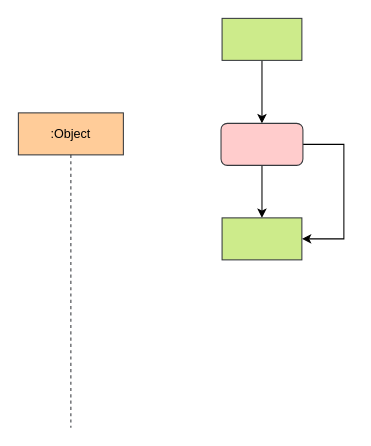
Above: computer network/未命名绘图.drawio in twodollarstwenty/drawio (draw.io), before the change. Source tidied: cells renumbered, new cells numbered last; positions are measured from the earlier drawing's top-left corner, leaving out a move shared by most shapes. Both pictures are drawn from the tidied source at 105%, with x=0, y=0 at pixel (18, 18).
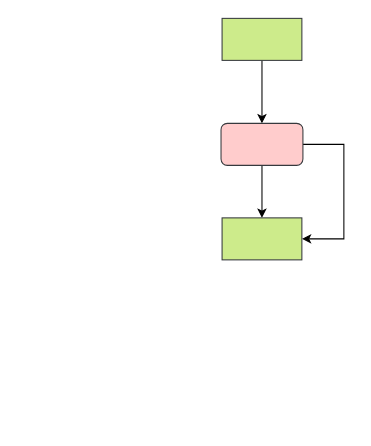
Above is the later version.

Commit message (it also covers changes not shown here):
更新未命名绘图.drawio

The edit, as a diff of the source:
```diff
@@
 <mxGraphModel>
   <root>
     <mxCell id="0" />
     <mxCell id="1" parent="0" />
     <mxCell id="2" style="edgeStyle=orthogonalEdgeStyle;rounded=0;jettySize=auto;html=1;exitX=0.5;exitY=1;exitDx=0;exitDy=0;entryX=0.5;entryY=0;entryDx=0;entryDy=0;" parent="1" edge="1" source="3" target="7">
       <mxGeometry relative="1" as="geometry" />
     </mxCell>
     <mxCell id="3" style="rounded=0;whiteSpace=wrap;html=1;fontSize=16;fillColor=#cdeb8b;strokeColor=#36393d;" parent="1" vertex="1">
       <mxGeometry x="194" width="76" height="40" as="geometry" />
     </mxCell>
-    <mxCell id="4" value=":Object" style="shape=umlLifeline;perimeter=lifelinePerimeter;whiteSpace=wrap;html=1;newEdgeStyle={&quot;edgeStyle&quot;:&quot;elbowEdgeStyle&quot;,&quot;elbow&quot;:&quot;vertical&quot;,&quot;curved&quot;:0,&quot;rounded&quot;:0};fillColor=#ffcc99;strokeColor=#36393d;" parent="1" vertex="1">
-      <mxGeometry y="90" width="100" height="300" as="geometry" />
-    </mxCell>
     <mxCell id="5" style="edgeStyle=orthogonalEdgeStyle;rounded=0;jettySize=auto;html=1;exitX=0.5;exitY=1;exitDx=0;exitDy=0;entryX=0.5;entryY=0;entryDx=0;entryDy=0;" parent="1" edge="1" source="7" target="8">
       <mxGeometry relative="1" as="geometry" />
     </mxCell>
     <mxCell id="6" style="edgeStyle=orthogonalEdgeStyle;rounded=0;jettySize=auto;html=1;exitX=1;exitY=0.5;exitDx=0;exitDy=0;entryX=1;entryY=0.5;entryDx=0;entryDy=0;" parent="1" edge="1" source="7" target="8">
       <mxGeometry relative="1" as="geometry">
         <Array as="points">
           <mxPoint x="310" y="120" />
           <mxPoint x="310" y="210" />
         </Array>
       </mxGeometry>
     </mxCell>
     <mxCell id="7" style="rounded=1;whiteSpace=wrap;html=1;fillColor=#ffcccc;strokeColor=#36393d;" parent="1" vertex="1">
       <mxGeometry x="193" y="100" width="78" height="40" as="geometry" />
     </mxCell>
     <mxCell id="8" style="rounded=0;whiteSpace=wrap;html=1;fontSize=16;fillColor=#cdeb8b;strokeColor=#36393d;" parent="1" vertex="1">
       <mxGeometry x="194" y="190" width="76" height="40" as="geometry" />
     </mxCell>
   </root>
 </mxGraphModel>
```
